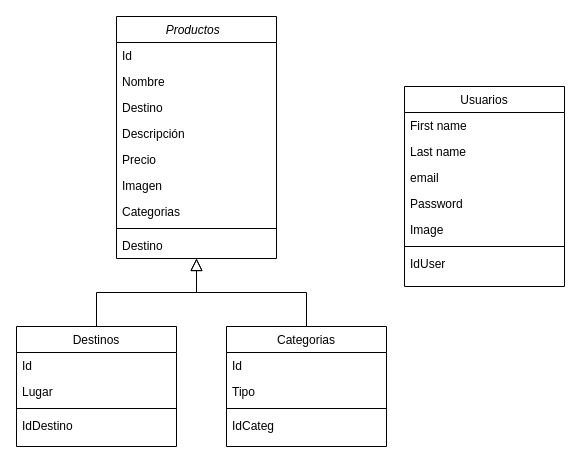
This is database/Untitled Diagram.drawio from tomassorrentino1/Proyecto-Turismo, a draw.io file, before an edit. Source tidied: cells renumbered, new cells numbered last; positions are measured from the earlier drawing's top-left corner, leaving out a move shared by most shapes. Both pictures are drawn from the tidied source at 100%, with x=0, y=0 at pixel (16, 16).
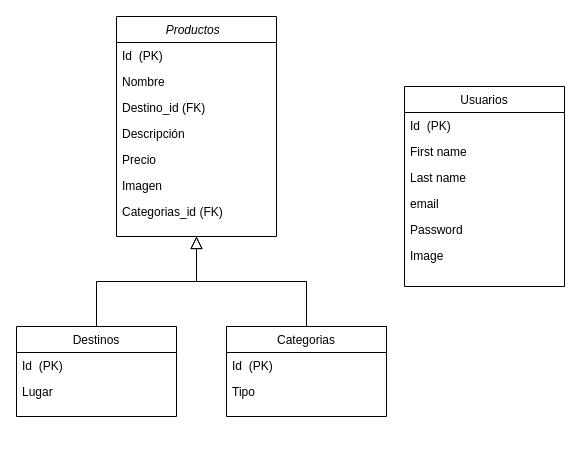
The same diagram, later.

Unchanged cells that the change refers to:
```xml
<mxCell id="24" value="Usuarios" style="swimlane;fontStyle=0;align=center;verticalAlign=top;horizontal=1;startSize=26;rounded=0;shadow=0;strokeWidth=1;" parent="1" vertex="1">
  <mxGeometry x="388" y="70" width="160" height="200" as="geometry" />
</mxCell>
```

What changed in the source:
```diff
@@
     <mxCell id="2" value="Productos  " style="swimlane;fontStyle=2;align=center;verticalAlign=top;horizontal=1;startSize=26;rounded=0;shadow=0;strokeWidth=1;" parent="1" vertex="1">
-      <mxGeometry x="100" width="160" height="242" as="geometry" />
+      <mxGeometry x="100" width="160" height="220" as="geometry" />
     </mxCell>
-    <mxCell id="3" value="Id  " style="text;align=left;verticalAlign=top;spacingLeft=4;spacingRight=4;overflow=hidden;" parent="2" vertex="1">
+    <mxCell id="3" value="Id  (PK)" style="text;align=left;verticalAlign=top;spacingLeft=4;spacingRight=4;overflow=hidden;" parent="2" vertex="1">
       <mxGeometry y="26" width="160" height="26" as="geometry" />
     </mxCell>
@@
-    <mxCell id="5" value="Destino&#10;" style="text;align=left;verticalAlign=top;spacingLeft=4;spacingRight=4;overflow=hidden;rounded=0;shadow=0;html=0;" parent="2" vertex="1">
+    <mxCell id="5" value="Destino_id (FK)" style="text;align=left;verticalAlign=top;spacingLeft=4;spacingRight=4;overflow=hidden;rounded=0;shadow=0;html=0;" parent="2" vertex="1">
       <mxGeometry y="78" width="160" height="26" as="geometry" />
     </mxCell>
@@
-    <mxCell id="9" value="Categorias" style="text;align=left;verticalAlign=top;spacingLeft=4;spacingRight=4;overflow=hidden;" parent="2" vertex="1">
+    <mxCell id="9" value="Categorias_id (FK)" style="text;align=left;verticalAlign=top;spacingLeft=4;spacingRight=4;overflow=hidden;" parent="2" vertex="1">
       <mxGeometry y="182" width="160" height="26" as="geometry" />
     </mxCell>
-    <mxCell id="10" style="line;html=1;strokeWidth=1;align=left;verticalAlign=middle;spacingTop=-1;spacingLeft=3;spacingRight=3;labelPosition=right;" parent="2" vertex="1">
-      <mxGeometry y="208" width="160" height="8" as="geometry" />
-    </mxCell>
-    <mxCell id="11" value="Destino&#10;" style="text;align=left;verticalAlign=top;spacingLeft=4;spacingRight=4;overflow=hidden;rounded=0;shadow=0;html=0;" parent="2" vertex="1">
-      <mxGeometry y="216" width="160" height="26" as="geometry" />
-    </mxCell>
     <mxCell id="12" value="Destinos" style="swimlane;fontStyle=0;align=center;verticalAlign=top;horizontal=1;startSize=26;rounded=0;shadow=0;strokeWidth=1;" parent="1" vertex="1">
-      <mxGeometry y="310" width="160" height="120" as="geometry" />
+      <mxGeometry y="310" width="160" height="90" as="geometry" />
     </mxCell>
-    <mxCell id="13" value="Id    " style="text;align=left;verticalAlign=top;spacingLeft=4;spacingRight=4;overflow=hidden;" parent="12" vertex="1">
+    <mxCell id="13" value="Id  (PK)" style="text;align=left;verticalAlign=top;spacingLeft=4;spacingRight=4;overflow=hidden;" parent="12" vertex="1">
       <mxGeometry y="26" width="160" height="26" as="geometry" />
     </mxCell>
@@
-    <mxCell id="15" style="line;html=1;strokeWidth=1;align=left;verticalAlign=middle;spacingTop=-1;spacingLeft=3;spacingRight=3;labelPosition=right;" parent="12" vertex="1">
-      <mxGeometry y="78" width="160" height="8" as="geometry" />
-    </mxCell>
-    <mxCell id="16" value="IdDestino" style="text;align=left;verticalAlign=top;spacingLeft=4;spacingRight=4;overflow=hidden;" parent="12" vertex="1">
-      <mxGeometry y="86" width="160" height="26" as="geometry" />
-    </mxCell>
@@
     <mxCell id="18" value="Categorias" style="swimlane;fontStyle=0;align=center;verticalAlign=top;horizontal=1;startSize=26;rounded=0;shadow=0;strokeWidth=1;" parent="1" vertex="1">
-      <mxGeometry x="210" y="310" width="160" height="120" as="geometry" />
+      <mxGeometry x="210" y="310" width="160" height="90" as="geometry" />
     </mxCell>
-    <mxCell id="19" value="Id" style="text;align=left;verticalAlign=top;spacingLeft=4;spacingRight=4;overflow=hidden;" parent="18" vertex="1">
+    <mxCell id="19" value="Id  (PK)" style="text;align=left;verticalAlign=top;spacingLeft=4;spacingRight=4;overflow=hidden;" parent="18" vertex="1">
       <mxGeometry y="26" width="160" height="26" as="geometry" />
     </mxCell>
@@
-    <mxCell id="21" style="line;html=1;strokeWidth=1;align=left;verticalAlign=middle;spacingTop=-1;spacingLeft=3;spacingRight=3;labelPosition=right;" parent="18" vertex="1">
-      <mxGeometry y="78" width="160" height="8" as="geometry" />
-    </mxCell>
-    <mxCell id="22" value="IdCateg" style="text;align=left;verticalAlign=top;spacingLeft=4;spacingRight=4;overflow=hidden;" parent="18" vertex="1">
-      <mxGeometry y="86" width="160" height="26" as="geometry" />
-    </mxCell>
@@
+    <mxCell id="32" value="Id  (PK)" style="text;align=left;verticalAlign=top;spacingLeft=4;spacingRight=4;overflow=hidden;" parent="24" vertex="1">
+      <mxGeometry y="26" width="160" height="26" as="geometry" />
+    </mxCell>
     <mxCell id="25" value="First name        " style="text;align=left;verticalAlign=top;spacingLeft=4;spacingRight=4;overflow=hidden;" parent="24" vertex="1">
-      <mxGeometry y="26" width="160" height="26" as="geometry" />
+      <mxGeometry y="52" width="160" height="26" as="geometry" />
     </mxCell>
     <mxCell id="26" value="Last name" style="text;align=left;verticalAlign=top;spacingLeft=4;spacingRight=4;overflow=hidden;rounded=0;shadow=0;html=0;" parent="24" vertex="1">
-      <mxGeometry y="52" width="160" height="26" as="geometry" />
+      <mxGeometry y="78" width="160" height="26" as="geometry" />
     </mxCell>
     <mxCell id="27" value="email" style="text;align=left;verticalAlign=top;spacingLeft=4;spacingRight=4;overflow=hidden;rounded=0;shadow=0;html=0;" parent="24" vertex="1">
-      <mxGeometry y="78" width="160" height="26" as="geometry" />
+      <mxGeometry y="104" width="160" height="26" as="geometry" />
     </mxCell>
     <mxCell id="28" value="Password" style="text;align=left;verticalAlign=top;spacingLeft=4;spacingRight=4;overflow=hidden;rounded=0;shadow=0;html=0;" parent="24" vertex="1">
-      <mxGeometry y="104" width="160" height="26" as="geometry" />
+      <mxGeometry y="130" width="160" height="26" as="geometry" />
     </mxCell>
     <mxCell id="29" value="Image" style="text;align=left;verticalAlign=top;spacingLeft=4;spacingRight=4;overflow=hidden;rounded=0;shadow=0;html=0;" parent="24" vertex="1">
-      <mxGeometry y="130" width="160" height="26" as="geometry" />
+      <mxGeometry y="156" width="160" height="26" as="geometry" />
     </mxCell>
-    <mxCell id="30" style="line;html=1;strokeWidth=1;align=left;verticalAlign=middle;spacingTop=-1;spacingLeft=3;spacingRight=3;labelPosition=right;" parent="24" vertex="1">
-      <mxGeometry y="156" width="160" height="8" as="geometry" />
-    </mxCell>
-    <mxCell id="31" value="IdUser" style="text;align=left;verticalAlign=top;spacingLeft=4;spacingRight=4;overflow=hidden;" parent="24" vertex="1">
-      <mxGeometry y="164" width="160" height="26" as="geometry" />
-    </mxCell>
```
